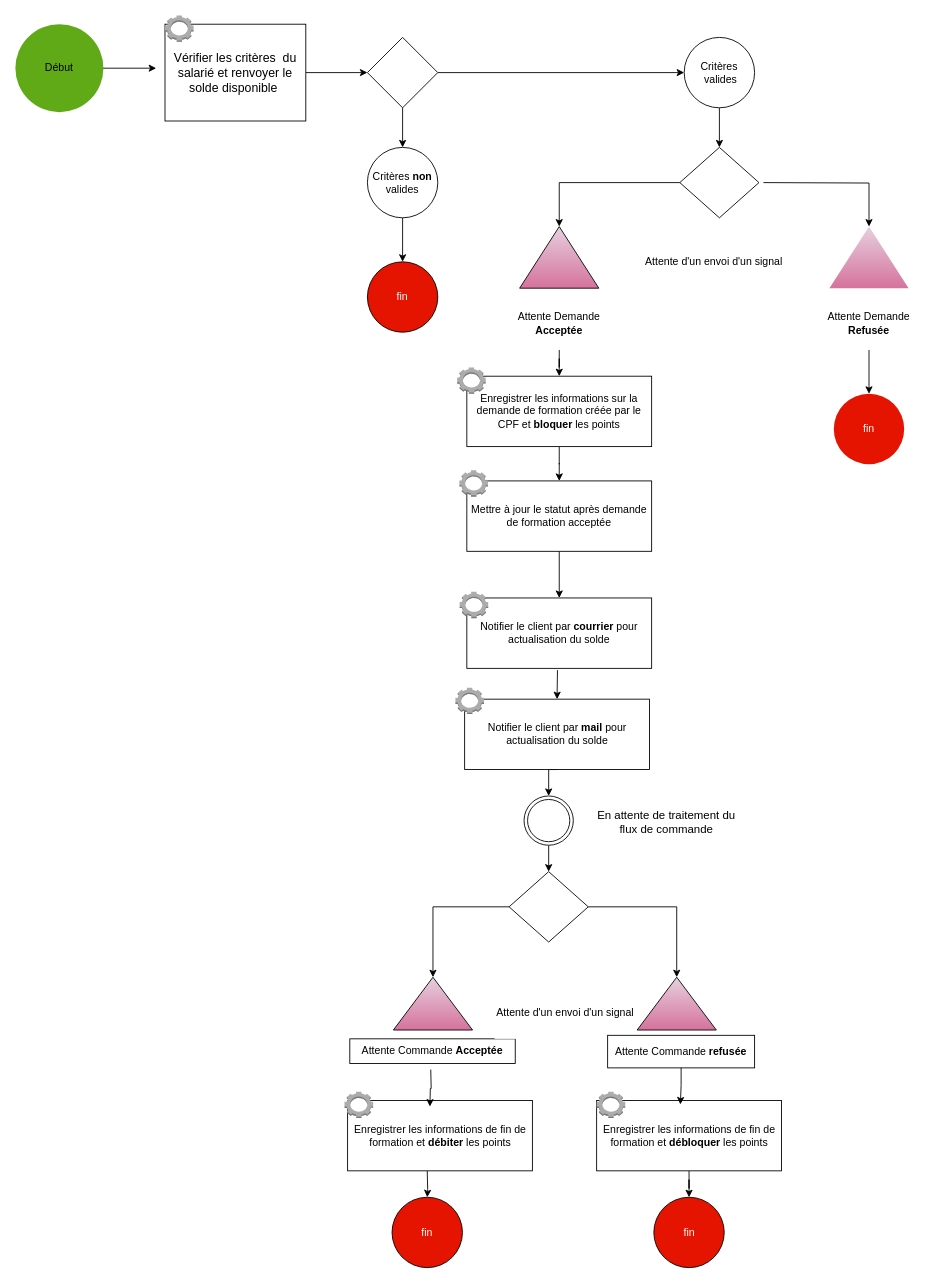
Before: Diagramme sans nom.drawio in arabam13/workflow, a draw.io diagram. Source tidied: cells renumbered, new cells numbered last; positions are measured from the earlier drawing's top-left corner, leaving out a move shared by most shapes. Both pictures are drawn from the tidied source at 88%, with x=0, y=0 at pixel (15, 15).
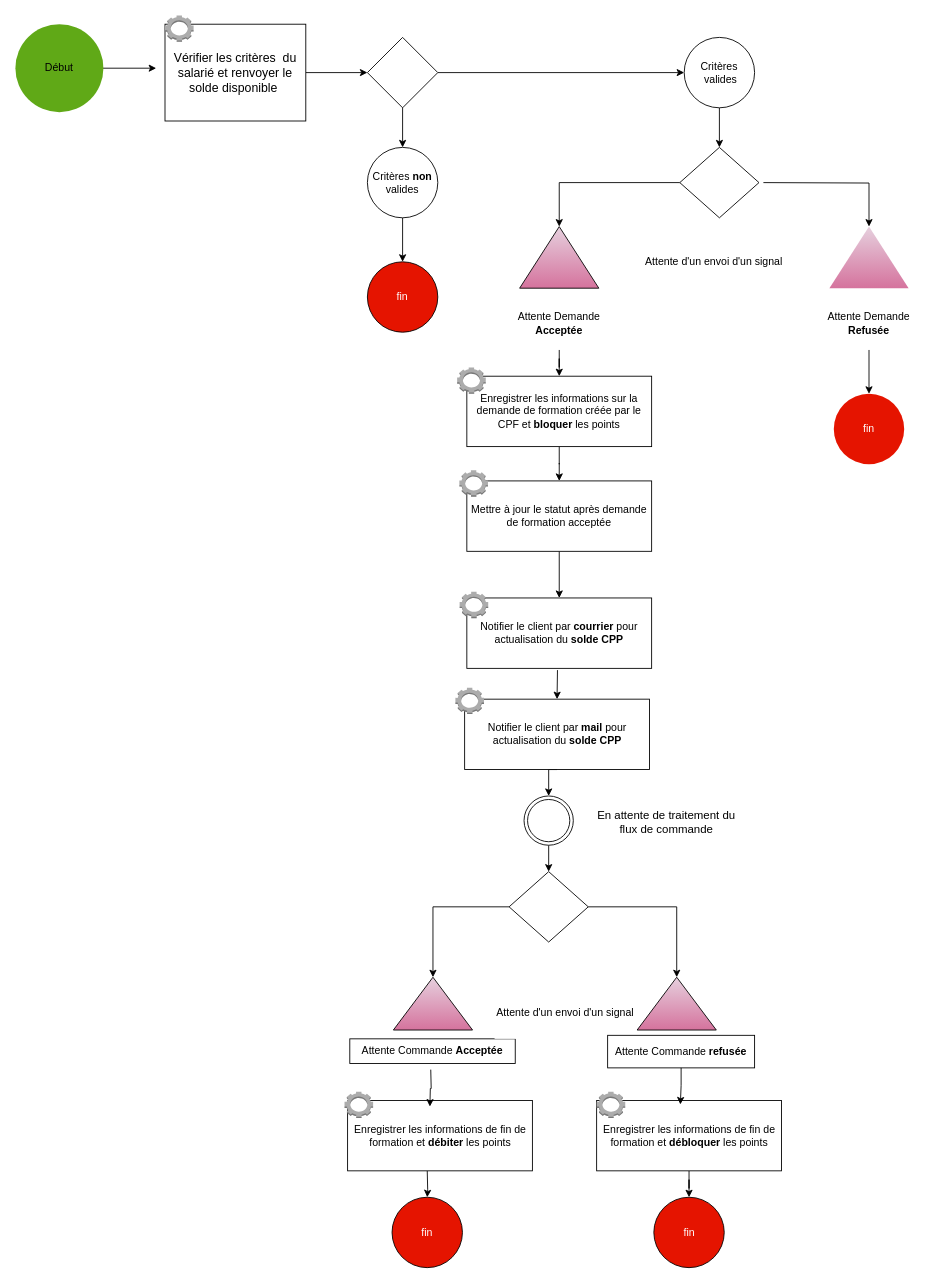
Above is the later version.

Commit message:
Mettre à jour Diagramme sans nom.drawio

Diff of the diagram source:
```diff
@@
-    <mxCell id="50" value="Notifier le client par &lt;b&gt;courrier &lt;/b&gt;pour actualisation du solde" style="rounded=0;whiteSpace=wrap;html=1;strokeColor=default;" parent="1" vertex="1">
+    <mxCell id="50" value="Notifier le client par &lt;b&gt;courrier &lt;/b&gt;pour actualisation du &lt;b&gt;solde CPP&lt;/b&gt;" style="rounded=0;whiteSpace=wrap;html=1;strokeColor=default;" parent="1" vertex="1">
       <mxGeometry x="513" y="662" width="210" height="80" as="geometry" />
     </mxCell>
@@
-    <mxCell id="54" value="Notifier le client par &lt;b&gt;mail&amp;nbsp;&lt;/b&gt;pour actualisation du solde" style="rounded=0;whiteSpace=wrap;html=1;strokeColor=default;" parent="1" vertex="1">
+    <mxCell id="54" value="Notifier le client par &lt;b&gt;mail&amp;nbsp;&lt;/b&gt;pour actualisation du &lt;b&gt;solde CPP&lt;/b&gt;" style="rounded=0;whiteSpace=wrap;html=1;strokeColor=default;" parent="1" vertex="1">
       <mxGeometry x="510.5" y="777" width="210" height="80" as="geometry" />
     </mxCell>
```
